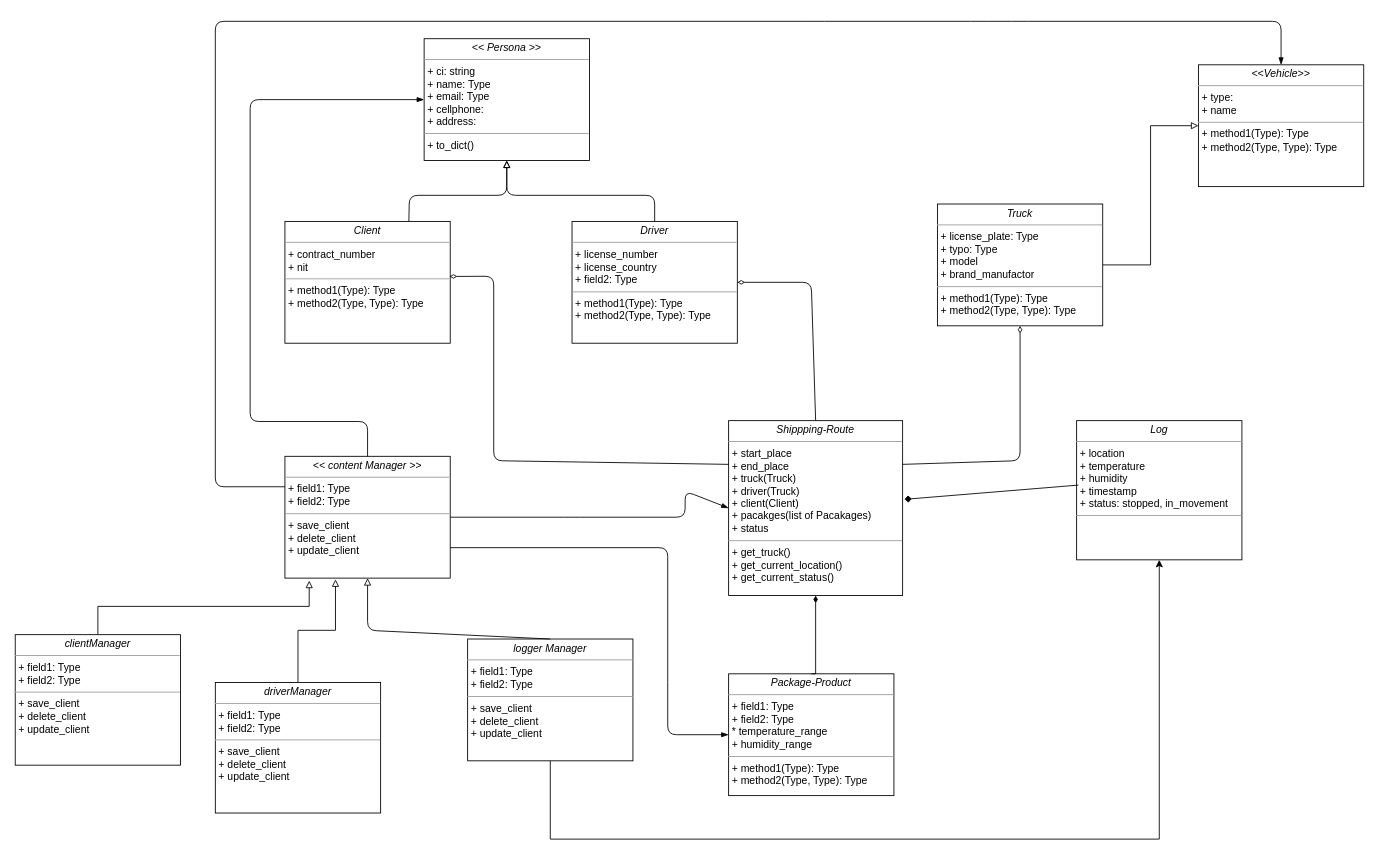
The draw.io diagram truck_control_last.drawio in ATGE/dev-fundamentals-ii, before the edit. Source tidied: cells renumbered, new cells numbered last; positions are measured from the earlier drawing's top-left corner, leaving out a move shared by most shapes. Both pictures are drawn from the tidied source at 87%, with x=0, y=0 at pixel (15, 21).
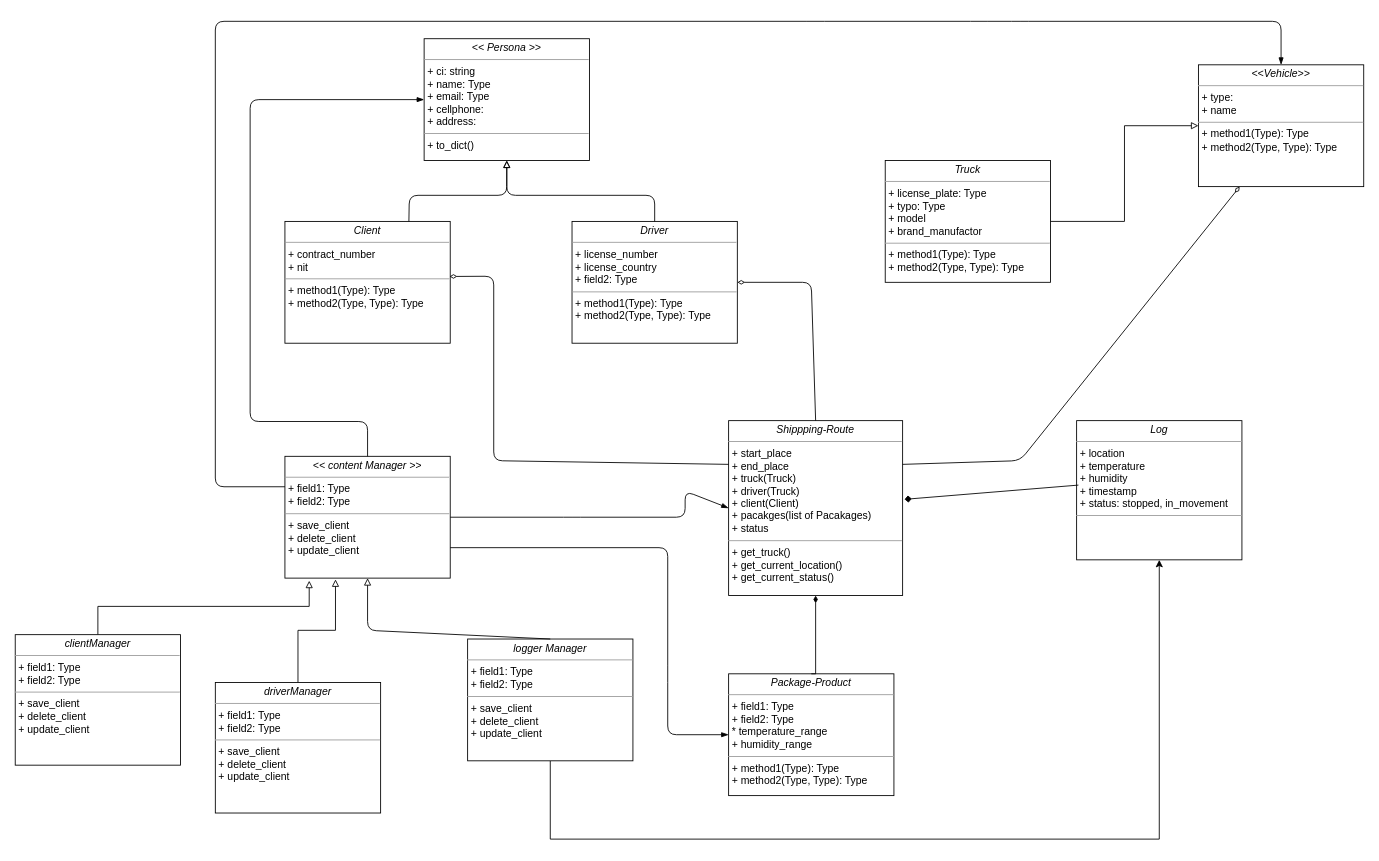
The same diagram, later.

Commit message:
update diagram shipping vehicle -> truck

Unchanged cells that the change refers to:
```xml
<mxCell id="9" value="&lt;p style=&quot;margin: 0px ; margin-top: 4px ; text-align: center&quot;&gt;&lt;i&gt;Shippping-Route&lt;/i&gt;&lt;/p&gt;&lt;hr size=&quot;1&quot;&gt;&lt;p style=&quot;margin: 0px ; margin-left: 4px&quot;&gt;+ start_place&lt;br&gt;+ end_place&lt;/p&gt;&lt;p style=&quot;margin: 0px ; margin-left: 4px&quot;&gt;+ truck(Truck)&lt;/p&gt;&lt;p style=&quot;margin: 0px ; margin-left: 4px&quot;&gt;+ driver(Truck)&lt;/p&gt;&lt;p style=&quot;margin: 0px ; margin-left: 4px&quot;&gt;+ client(Client)&lt;/p&gt;&lt;p style=&quot;margin: 0px ; margin-left: 4px&quot;&gt;+ pacakges(list of Pacakages)&lt;/p&gt;&lt;p style=&quot;margin: 0px ; margin-left: 4px&quot;&gt;+ status&lt;/p&gt;&lt;hr size=&quot;1&quot;&gt;&lt;p style=&quot;margin: 0px ; margin-left: 4px&quot;&gt;+ get_truck()&lt;/p&gt;&lt;p style=&quot;margin: 0px ; margin-left: 4px&quot;&gt;+ get_current_location()&lt;/p&gt;&lt;p style=&quot;margin: 0px ; margin-left: 4px&quot;&gt;+ get_current_status()&lt;/p&gt;" style="verticalAlign=top;align=left;overflow=fill;fontSize=12;fontFamily=Helvetica;html=1;rounded=0;shadow=0;comic=0;labelBackgroundColor=none;strokeWidth=1;" parent="1" vertex="1">
  <mxGeometry x="820" y="459" width="200" height="201" as="geometry" />
</mxCell>
<mxCell id="25" value="&lt;p style=&quot;margin: 0px ; margin-top: 4px ; text-align: center&quot;&gt;&lt;i&gt;&amp;lt;&amp;lt;Vehicle&amp;gt;&amp;gt;&lt;/i&gt;&lt;/p&gt;&lt;hr size=&quot;1&quot;&gt;&lt;p style=&quot;margin: 0px ; margin-left: 4px&quot;&gt;+ type:&lt;br&gt;+ name&lt;/p&gt;&lt;hr size=&quot;1&quot;&gt;&lt;p style=&quot;margin: 0px ; margin-left: 4px&quot;&gt;+ method1(Type): Type&lt;br&gt;+ method2(Type, Type): Type&lt;/p&gt;" style="verticalAlign=top;align=left;overflow=fill;fontSize=12;fontFamily=Helvetica;html=1;rounded=0;shadow=0;comic=0;labelBackgroundColor=none;strokeWidth=1;" parent="1" vertex="1">
  <mxGeometry x="1360" y="50" width="190" height="140" as="geometry" />
</mxCell>
```

The edit, as a diff of the source:
```diff
@@
     <mxCell id="6" value="&lt;p style=&quot;margin: 0px ; margin-top: 4px ; text-align: center&quot;&gt;&lt;i&gt;Truck&lt;/i&gt;&lt;/p&gt;&lt;hr size=&quot;1&quot;&gt;&lt;p style=&quot;margin: 0px 0px 0px 4px&quot;&gt;+ license_plate: Type&lt;br&gt;+ typo: Type&lt;/p&gt;&lt;p style=&quot;margin: 0px 0px 0px 4px&quot;&gt;+ model&lt;/p&gt;&lt;p style=&quot;margin: 0px 0px 0px 4px&quot;&gt;+ brand_manufactor&lt;/p&gt;&lt;hr size=&quot;1&quot;&gt;&lt;p style=&quot;margin: 0px ; margin-left: 4px&quot;&gt;+ method1(Type): Type&lt;br&gt;+ method2(Type, Type): Type&lt;/p&gt;" style="verticalAlign=top;align=left;overflow=fill;fontSize=12;fontFamily=Helvetica;html=1;rounded=0;shadow=0;comic=0;labelBackgroundColor=none;strokeWidth=1;" parent="1" vertex="1">
-      <mxGeometry x="1060" y="210" width="190" height="140" as="geometry" />
+      <mxGeometry x="1000" y="160" width="190" height="140" as="geometry" />
     </mxCell>
@@
-    <mxCell id="18" style="endArrow=diamondThin;html=1;exitX=1;exitY=0.25;exitDx=0;exitDy=0;entryX=0.5;entryY=1;entryDx=0;entryDy=0;endFill=0;startArrow=none;startFill=0;" parent="1" edge="1" source="9" target="6">
+    <mxCell id="18" style="endArrow=diamondThin;html=1;exitX=1;exitY=0.25;exitDx=0;exitDy=0;entryX=0.25;entryY=1;entryDx=0;entryDy=0;endFill=0;startArrow=none;startFill=0;" parent="1" edge="1" source="9" target="25">
       <mxGeometry relative="1" as="geometry">
         <Array as="points">
           <mxPoint x="1155" y="505" />
         </Array>
       </mxGeometry>
     </mxCell>
```
